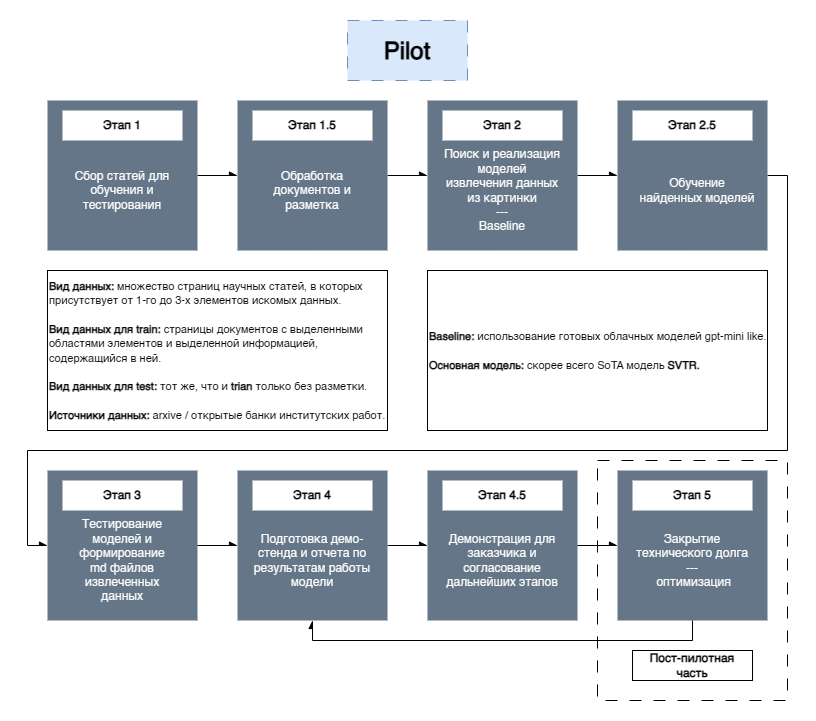
The draw.io diagram docs/artifacts/block-schema.png in setday/Equix, before a commit. Source tidied: cells renumbered, new cells last; positions are measured from the earlier drawing's top-left corner, leaving out a move shared by most shapes. The source it was exported from:
```xml
<mxGraphModel>
  <root>
    <mxCell id="0" />
    <mxCell id="1" parent="0" />
    <mxCell id="2" style="rounded=0;whiteSpace=wrap;html=1;dashed=1;dashPattern=12 12;fillColor=none;" parent="1" vertex="1">
      <mxGeometry x="570" y="440" width="190" height="240" as="geometry" />
    </mxCell>
    <mxCell id="3" value="&lt;font style=&quot;font-size: 24px;&quot;&gt;&lt;b&gt;Pilot&lt;/b&gt;&lt;/font&gt;" style="rounded=0;whiteSpace=wrap;html=1;fillColor=#dae8fc;strokeColor=#6c8ebf;dashed=1;dashPattern=12 12;" parent="1" vertex="1">
      <mxGeometry x="320" width="120" height="60" as="geometry" />
    </mxCell>
    <mxCell id="4" style="edgeStyle=orthogonalEdgeStyle;rounded=0;jettySize=auto;html=1;entryX=0;entryY=0.5;entryDx=0;entryDy=0;endArrow=async;endFill=1;" parent="1" edge="1" source="5" target="8">
      <mxGeometry relative="1" as="geometry" />
    </mxCell>
    <mxCell id="5" style="whiteSpace=wrap;html=1;fillColor=#647687;fontColor=#ffffff;strokeColor=none;" parent="1" vertex="1">
      <mxGeometry x="20" y="80" width="150" height="150" as="geometry" />
    </mxCell>
    <mxCell id="6" value="&lt;b&gt;Этап 1&lt;/b&gt;" style="rounded=0;whiteSpace=wrap;html=1;strokeColor=none;" parent="1" vertex="1">
      <mxGeometry x="35" y="90" width="120" height="30" as="geometry" />
    </mxCell>
    <mxCell id="7" style="edgeStyle=orthogonalEdgeStyle;rounded=0;jettySize=auto;html=1;exitX=1;exitY=0.5;exitDx=0;exitDy=0;entryX=0;entryY=0.5;entryDx=0;entryDy=0;endArrow=async;endFill=1;" parent="1" edge="1" source="8" target="11">
      <mxGeometry relative="1" as="geometry" />
    </mxCell>
    <mxCell id="8" style="whiteSpace=wrap;html=1;fillColor=#647687;fontColor=#ffffff;strokeColor=none;" parent="1" vertex="1">
      <mxGeometry x="210" y="80" width="150" height="150" as="geometry" />
    </mxCell>
    <mxCell id="9" value="&lt;b&gt;Этап 1.5&lt;/b&gt;" style="rounded=0;whiteSpace=wrap;html=1;strokeColor=none;" parent="1" vertex="1">
      <mxGeometry x="225" y="90" width="120" height="30" as="geometry" />
    </mxCell>
    <mxCell id="10" style="edgeStyle=orthogonalEdgeStyle;rounded=0;jettySize=auto;html=1;exitX=1;exitY=0.5;exitDx=0;exitDy=0;entryX=0;entryY=0.5;entryDx=0;entryDy=0;endArrow=async;endFill=1;" parent="1" edge="1" source="11" target="14">
      <mxGeometry relative="1" as="geometry" />
    </mxCell>
    <mxCell id="11" style="whiteSpace=wrap;html=1;fillColor=#647687;fontColor=#ffffff;strokeColor=none;" parent="1" vertex="1">
      <mxGeometry x="400" y="80" width="150" height="150" as="geometry" />
    </mxCell>
    <mxCell id="12" value="&lt;b&gt;Этап 2&lt;/b&gt;" style="rounded=0;whiteSpace=wrap;html=1;strokeColor=none;" parent="1" vertex="1">
      <mxGeometry x="415" y="90" width="120" height="30" as="geometry" />
    </mxCell>
    <mxCell id="13" style="edgeStyle=orthogonalEdgeStyle;rounded=0;jettySize=auto;html=1;exitX=1;exitY=0.5;exitDx=0;exitDy=0;entryX=0;entryY=0.5;entryDx=0;entryDy=0;endArrow=async;endFill=1;" parent="1" edge="1" source="14" target="16">
      <mxGeometry relative="1" as="geometry">
        <Array as="points">
          <mxPoint x="760" y="155" />
          <mxPoint x="760" y="430" />
          <mxPoint y="430" />
          <mxPoint y="525" />
        </Array>
      </mxGeometry>
    </mxCell>
    <mxCell id="14" style="whiteSpace=wrap;html=1;fillColor=#647687;fontColor=#ffffff;strokeColor=none;" parent="1" vertex="1">
      <mxGeometry x="590" y="80" width="150" height="150" as="geometry" />
    </mxCell>
    <mxCell id="15" value="&lt;b&gt;Этап 2.5&lt;/b&gt;" style="rounded=0;whiteSpace=wrap;html=1;strokeColor=none;" parent="1" vertex="1">
      <mxGeometry x="605" y="90" width="120" height="30" as="geometry" />
    </mxCell>
    <mxCell id="16" style="whiteSpace=wrap;html=1;fillColor=#647687;fontColor=#ffffff;strokeColor=none;" parent="1" vertex="1">
      <mxGeometry x="20" y="450" width="150" height="150" as="geometry" />
    </mxCell>
    <mxCell id="17" value="&lt;b&gt;Этап 3&lt;/b&gt;" style="rounded=0;whiteSpace=wrap;html=1;strokeColor=none;" parent="1" vertex="1">
      <mxGeometry x="35" y="460" width="120" height="30" as="geometry" />
    </mxCell>
    <mxCell id="18" style="edgeStyle=orthogonalEdgeStyle;rounded=0;jettySize=auto;html=1;exitX=1;exitY=0.5;exitDx=0;exitDy=0;entryX=0;entryY=0.5;entryDx=0;entryDy=0;endArrow=async;endFill=1;" parent="1" edge="1" source="16" target="20">
      <mxGeometry relative="1" as="geometry" />
    </mxCell>
    <mxCell id="19" style="edgeStyle=orthogonalEdgeStyle;rounded=0;jettySize=auto;html=1;exitX=1;exitY=0.5;exitDx=0;exitDy=0;entryX=0;entryY=0.5;entryDx=0;entryDy=0;endArrow=async;endFill=1;" parent="1" edge="1" source="20" target="22">
      <mxGeometry relative="1" as="geometry" />
    </mxCell>
    <mxCell id="20" style="whiteSpace=wrap;html=1;fillColor=#647687;fontColor=#ffffff;strokeColor=none;" parent="1" vertex="1">
      <mxGeometry x="210" y="450" width="150" height="150" as="geometry" />
    </mxCell>
    <mxCell id="21" value="&lt;b&gt;Этап 4&lt;/b&gt;" style="rounded=0;whiteSpace=wrap;html=1;strokeColor=none;" parent="1" vertex="1">
      <mxGeometry x="225" y="460" width="120" height="30" as="geometry" />
    </mxCell>
    <mxCell id="22" style="whiteSpace=wrap;html=1;fillColor=#647687;fontColor=#ffffff;strokeColor=none;" parent="1" vertex="1">
      <mxGeometry x="400" y="450" width="150" height="150" as="geometry" />
    </mxCell>
    <mxCell id="23" value="&lt;b&gt;Этап 4.5&lt;/b&gt;" style="rounded=0;whiteSpace=wrap;html=1;strokeColor=none;" parent="1" vertex="1">
      <mxGeometry x="415" y="460" width="120" height="30" as="geometry" />
    </mxCell>
    <mxCell id="24" value="&lt;span style=&quot;color: rgb(255, 255, 255);&quot;&gt;&lt;font&gt;Сбор статей для обучения и тестирования&lt;/font&gt;&lt;/span&gt;" style="rounded=0;whiteSpace=wrap;html=1;fillColor=none;strokeColor=none;fontSize=12;" parent="1" vertex="1">
      <mxGeometry x="35" y="140" width="120" height="60" as="geometry" />
    </mxCell>
    <mxCell id="25" value="&lt;span style=&quot;color: rgb(255, 255, 255);&quot;&gt;&lt;font&gt;Обработка документов и разметка&lt;/font&gt;&lt;/span&gt;" style="rounded=0;whiteSpace=wrap;html=1;fillColor=none;strokeColor=none;fontSize=12;" parent="1" vertex="1">
      <mxGeometry x="225" y="140" width="120" height="60" as="geometry" />
    </mxCell>
    <mxCell id="26" value="&lt;font style=&quot;font-size: 11px;&quot;&gt;&lt;b&gt;Вид данных: &lt;/b&gt;множество страниц научных статей, в которых присутствует от 1-го до 3-х элементов искомых данных.&lt;/font&gt;&lt;div&gt;&lt;font style=&quot;font-size: 11px;&quot;&gt;&lt;br&gt;&lt;/font&gt;&lt;/div&gt;&lt;div&gt;&lt;font style=&quot;font-size: 11px;&quot;&gt;&lt;b&gt;Вид данных для train: &lt;/b&gt;страницы документов с выделенными областями элементов и выделенной информацией, содержащийся в ней.&lt;/font&gt;&lt;/div&gt;&lt;div&gt;&lt;/div&gt;&lt;div&gt;&lt;font style=&quot;font-size: 11px;&quot;&gt;&lt;br&gt;&lt;/font&gt;&lt;/div&gt;&lt;div&gt;&lt;font style=&quot;font-size: 11px;&quot;&gt;&lt;b&gt;Вид данных для test:&amp;nbsp;&lt;/b&gt;тот же, что и &lt;b&gt;trian &lt;/b&gt;только без разметки.&lt;/font&gt;&lt;/div&gt;&lt;div&gt;&lt;font style=&quot;font-size: 11px;&quot;&gt;&lt;br&gt;&lt;/font&gt;&lt;/div&gt;&lt;div&gt;&lt;font style=&quot;font-size: 11px;&quot;&gt;&lt;b&gt;Источники данных: &lt;/b&gt;arxive / открытые банки институтских работ.&lt;/font&gt;&lt;/div&gt;" style="rounded=0;whiteSpace=wrap;html=1;align=left;" parent="1" vertex="1">
      <mxGeometry x="20" y="250" width="340" height="160" as="geometry" />
    </mxCell>
    <mxCell id="27" value="&lt;font color=&quot;#ffffff&quot;&gt;&lt;span&gt;Демонстрация для заказчика и согласование дальнейших этапов&lt;/span&gt;&lt;/font&gt;" style="rounded=0;whiteSpace=wrap;html=1;fillColor=none;strokeColor=none;fontSize=12;" parent="1" vertex="1">
      <mxGeometry x="415" y="510" width="120" height="60" as="geometry" />
    </mxCell>
    <mxCell id="28" style="whiteSpace=wrap;html=1;fillColor=#647687;fontColor=#ffffff;strokeColor=none;" parent="1" vertex="1">
      <mxGeometry x="590" y="450" width="150" height="150" as="geometry" />
    </mxCell>
    <mxCell id="29" value="&lt;b&gt;Этап 5&lt;/b&gt;" style="rounded=0;whiteSpace=wrap;html=1;strokeColor=none;" parent="1" vertex="1">
      <mxGeometry x="605" y="460" width="120" height="30" as="geometry" />
    </mxCell>
    <mxCell id="30" value="&lt;font color=&quot;#ffffff&quot;&gt;&lt;span&gt;Закрытие технического долга&lt;/span&gt;&lt;/font&gt;&lt;div&gt;&lt;font color=&quot;#ffffff&quot;&gt;&lt;span&gt;---&lt;/span&gt;&lt;/font&gt;&lt;/div&gt;&lt;div&gt;&lt;font color=&quot;#ffffff&quot;&gt;&lt;span&gt;&amp;nbsp;оптимизация&lt;/span&gt;&lt;/font&gt;&lt;/div&gt;" style="rounded=0;whiteSpace=wrap;html=1;fillColor=none;strokeColor=none;fontSize=12;" parent="1" vertex="1">
      <mxGeometry x="605" y="510" width="120" height="60" as="geometry" />
    </mxCell>
    <mxCell id="31" value="&lt;font color=&quot;#ffffff&quot;&gt;&lt;span&gt;Подготовка демо-стенда и отчета по результатам работы модели&lt;/span&gt;&lt;/font&gt;" style="rounded=0;whiteSpace=wrap;html=1;fillColor=none;strokeColor=none;fontSize=12;" parent="1" vertex="1">
      <mxGeometry x="225" y="510" width="120" height="60" as="geometry" />
    </mxCell>
    <mxCell id="32" value="&lt;font color=&quot;#ffffff&quot;&gt;&lt;span&gt;Поиск и реализация моделей извлечения данных из картинки&lt;/span&gt;&lt;/font&gt;&lt;div&gt;&lt;font color=&quot;#ffffff&quot;&gt;&lt;span&gt;---&lt;/span&gt;&lt;/font&gt;&lt;/div&gt;&lt;div&gt;&lt;font color=&quot;#ffffff&quot;&gt;Baseline&lt;/font&gt;&lt;/div&gt;" style="rounded=0;whiteSpace=wrap;html=1;fillColor=none;strokeColor=none;fontSize=12;" parent="1" vertex="1">
      <mxGeometry x="415" y="140" width="120" height="60" as="geometry" />
    </mxCell>
    <mxCell id="33" value="&lt;font color=&quot;#ffffff&quot;&gt;Обучение найденных моделей&lt;br&gt;&lt;/font&gt;" style="rounded=0;whiteSpace=wrap;html=1;fillColor=none;strokeColor=none;fontSize=12;" parent="1" vertex="1">
      <mxGeometry x="610" y="140" width="120" height="60" as="geometry" />
    </mxCell>
    <mxCell id="34" value="&lt;font style=&quot;font-size: 11px;&quot;&gt;&lt;b&gt;Baseline: &lt;/b&gt;использование готовых облачных моделей gpt-mini like.&lt;/font&gt;&lt;div&gt;&lt;font style=&quot;font-size: 11px;&quot;&gt;&lt;br&gt;&lt;/font&gt;&lt;/div&gt;&lt;div&gt;&lt;font style=&quot;font-size: 11px;&quot;&gt;&lt;b&gt;Основная модель: &lt;/b&gt;скорее всего SoTA модель&amp;nbsp;&lt;b&gt;SVTR.&lt;/b&gt;&lt;/font&gt;&lt;/div&gt;" style="rounded=0;whiteSpace=wrap;html=1;align=left;" parent="1" vertex="1">
      <mxGeometry x="400" y="250" width="340" height="160" as="geometry" />
    </mxCell>
    <mxCell id="35" value="&lt;font color=&quot;#ffffff&quot;&gt;Тестирование моделей и формирование&lt;/font&gt;&lt;div&gt;&lt;font color=&quot;#ffffff&quot;&gt;md файлов извлеченных данных&lt;/font&gt;&lt;/div&gt;" style="rounded=0;whiteSpace=wrap;html=1;fillColor=none;strokeColor=none;fontSize=12;" parent="1" vertex="1">
      <mxGeometry x="35" y="510" width="120" height="60" as="geometry" />
    </mxCell>
    <mxCell id="36" style="edgeStyle=orthogonalEdgeStyle;rounded=0;jettySize=auto;html=1;exitX=1;exitY=0.5;exitDx=0;exitDy=0;entryX=0;entryY=0.5;entryDx=0;entryDy=0;endArrow=async;endFill=1;" parent="1" edge="1" source="22" target="28">
      <mxGeometry relative="1" as="geometry" />
    </mxCell>
    <mxCell id="37" style="edgeStyle=orthogonalEdgeStyle;rounded=0;jettySize=auto;html=1;exitX=0.5;exitY=1;exitDx=0;exitDy=0;entryX=0.5;entryY=1;entryDx=0;entryDy=0;endArrow=async;endFill=1;" parent="1" edge="1" source="28" target="20">
      <mxGeometry relative="1" as="geometry" />
    </mxCell>
    <mxCell id="38" value="&lt;b&gt;Пост-пилотная часть&lt;/b&gt;" style="rounded=0;whiteSpace=wrap;html=1;strokeColor=default;" parent="1" vertex="1">
      <mxGeometry x="605" y="630" width="120" height="30" as="geometry" />
    </mxCell>
  </root>
</mxGraphModel>
```
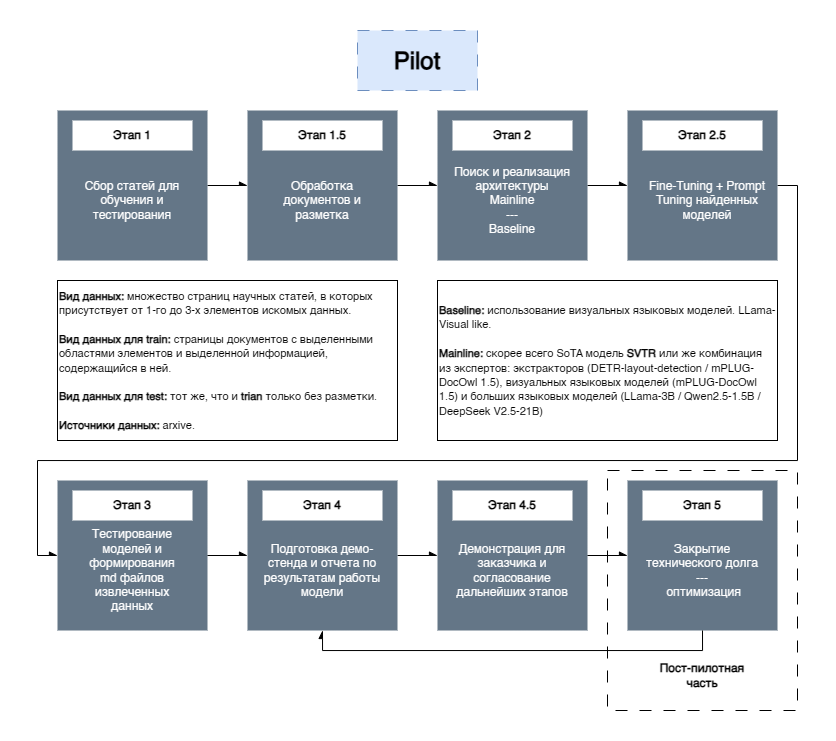
Later version of the same file.

Commit message:
Update plan block-shceme

Change to the diagram source:
```diff
@@ -81,7 +81,7 @@
     <mxCell id="25" value="&lt;span style=&quot;color: rgb(255, 255, 255);&quot;&gt;&lt;font&gt;Обработка документов и разметка&lt;/font&gt;&lt;/span&gt;" style="rounded=0;whiteSpace=wrap;html=1;fillColor=none;strokeColor=none;fontSize=12;" parent="1" vertex="1">
       <mxGeometry x="225" y="140" width="120" height="60" as="geometry" />
     </mxCell>
-    <mxCell id="26" value="&lt;font style=&quot;font-size: 11px;&quot;&gt;&lt;b&gt;Вид данных: &lt;/b&gt;множество страниц научных статей, в которых присутствует от 1-го до 3-х элементов искомых данных.&lt;/font&gt;&lt;div&gt;&lt;font style=&quot;font-size: 11px;&quot;&gt;&lt;br&gt;&lt;/font&gt;&lt;/div&gt;&lt;div&gt;&lt;font style=&quot;font-size: 11px;&quot;&gt;&lt;b&gt;Вид данных для train: &lt;/b&gt;страницы документов с выделенными областями элементов и выделенной информацией, содержащийся в ней.&lt;/font&gt;&lt;/div&gt;&lt;div&gt;&lt;/div&gt;&lt;div&gt;&lt;font style=&quot;font-size: 11px;&quot;&gt;&lt;br&gt;&lt;/font&gt;&lt;/div&gt;&lt;div&gt;&lt;font style=&quot;font-size: 11px;&quot;&gt;&lt;b&gt;Вид данных для test:&amp;nbsp;&lt;/b&gt;тот же, что и &lt;b&gt;trian &lt;/b&gt;только без разметки.&lt;/font&gt;&lt;/div&gt;&lt;div&gt;&lt;font style=&quot;font-size: 11px;&quot;&gt;&lt;br&gt;&lt;/font&gt;&lt;/div&gt;&lt;div&gt;&lt;font style=&quot;font-size: 11px;&quot;&gt;&lt;b&gt;Источники данных: &lt;/b&gt;arxive / открытые банки институтских работ.&lt;/font&gt;&lt;/div&gt;" style="rounded=0;whiteSpace=wrap;html=1;align=left;" parent="1" vertex="1">
+    <mxCell id="26" value="&lt;font style=&quot;font-size: 11px;&quot;&gt;&lt;b&gt;Вид данных: &lt;/b&gt;множество страниц научных статей, в которых присутствует от 1-го до 3-х элементов искомых данных.&lt;/font&gt;&lt;div&gt;&lt;font style=&quot;font-size: 11px;&quot;&gt;&lt;br&gt;&lt;/font&gt;&lt;/div&gt;&lt;div&gt;&lt;font style=&quot;font-size: 11px;&quot;&gt;&lt;b&gt;Вид данных для train: &lt;/b&gt;страницы документов с выделенными областями элементов и выделенной информацией, содержащийся в ней.&lt;/font&gt;&lt;/div&gt;&lt;div&gt;&lt;/div&gt;&lt;div&gt;&lt;font style=&quot;font-size: 11px;&quot;&gt;&lt;br&gt;&lt;/font&gt;&lt;/div&gt;&lt;div&gt;&lt;font style=&quot;font-size: 11px;&quot;&gt;&lt;b&gt;Вид данных для test:&amp;nbsp;&lt;/b&gt;тот же, что и &lt;b&gt;trian &lt;/b&gt;только без разметки.&lt;/font&gt;&lt;/div&gt;&lt;div&gt;&lt;font style=&quot;font-size: 11px;&quot;&gt;&lt;br&gt;&lt;/font&gt;&lt;/div&gt;&lt;div&gt;&lt;font style=&quot;font-size: 11px;&quot;&gt;&lt;b&gt;Источники данных: &lt;/b&gt;arxive.&lt;/font&gt;&lt;/div&gt;" style="rounded=0;whiteSpace=wrap;html=1;align=left;" parent="1" vertex="1">
       <mxGeometry x="20" y="250" width="340" height="160" as="geometry" />
     </mxCell>
     <mxCell id="27" value="&lt;font color=&quot;#ffffff&quot;&gt;&lt;span&gt;Демонстрация для заказчика и согласование дальнейших этапов&lt;/span&gt;&lt;/font&gt;" style="rounded=0;whiteSpace=wrap;html=1;fillColor=none;strokeColor=none;fontSize=12;" parent="1" vertex="1">
@@ -99,16 +99,16 @@
     <mxCell id="31" value="&lt;font color=&quot;#ffffff&quot;&gt;&lt;span&gt;Подготовка демо-стенда и отчета по результатам работы модели&lt;/span&gt;&lt;/font&gt;" style="rounded=0;whiteSpace=wrap;html=1;fillColor=none;strokeColor=none;fontSize=12;" parent="1" vertex="1">
       <mxGeometry x="225" y="510" width="120" height="60" as="geometry" />
     </mxCell>
-    <mxCell id="32" value="&lt;font color=&quot;#ffffff&quot;&gt;&lt;span&gt;Поиск и реализация моделей извлечения данных из картинки&lt;/span&gt;&lt;/font&gt;&lt;div&gt;&lt;font color=&quot;#ffffff&quot;&gt;&lt;span&gt;---&lt;/span&gt;&lt;/font&gt;&lt;/div&gt;&lt;div&gt;&lt;font color=&quot;#ffffff&quot;&gt;Baseline&lt;/font&gt;&lt;/div&gt;" style="rounded=0;whiteSpace=wrap;html=1;fillColor=none;strokeColor=none;fontSize=12;" parent="1" vertex="1">
+    <mxCell id="32" value="&lt;font color=&quot;#ffffff&quot;&gt;&lt;span&gt;Поиск и реализация архитектуры Mainline&lt;/span&gt;&lt;/font&gt;&lt;div&gt;&lt;font color=&quot;#ffffff&quot;&gt;&lt;span&gt;---&lt;/span&gt;&lt;/font&gt;&lt;/div&gt;&lt;div&gt;&lt;font color=&quot;#ffffff&quot;&gt;Baseline&lt;/font&gt;&lt;/div&gt;" style="rounded=0;whiteSpace=wrap;html=1;fillColor=none;strokeColor=none;fontSize=12;" parent="1" vertex="1">
       <mxGeometry x="415" y="140" width="120" height="60" as="geometry" />
     </mxCell>
-    <mxCell id="33" value="&lt;font color=&quot;#ffffff&quot;&gt;Обучение найденных моделей&lt;br&gt;&lt;/font&gt;" style="rounded=0;whiteSpace=wrap;html=1;fillColor=none;strokeColor=none;fontSize=12;" parent="1" vertex="1">
+    <mxCell id="33" value="&lt;font color=&quot;#ffffff&quot;&gt;Fine-Tuning + Prompt Tuning найденных моделей&lt;br&gt;&lt;/font&gt;" style="rounded=0;whiteSpace=wrap;html=1;fillColor=none;strokeColor=none;fontSize=12;" parent="1" vertex="1">
       <mxGeometry x="610" y="140" width="120" height="60" as="geometry" />
     </mxCell>
-    <mxCell id="34" value="&lt;font style=&quot;font-size: 11px;&quot;&gt;&lt;b&gt;Baseline: &lt;/b&gt;использование готовых облачных моделей gpt-mini like.&lt;/font&gt;&lt;div&gt;&lt;font style=&quot;font-size: 11px;&quot;&gt;&lt;br&gt;&lt;/font&gt;&lt;/div&gt;&lt;div&gt;&lt;font style=&quot;font-size: 11px;&quot;&gt;&lt;b&gt;Основная модель: &lt;/b&gt;скорее всего SoTA модель&amp;nbsp;&lt;b&gt;SVTR.&lt;/b&gt;&lt;/font&gt;&lt;/div&gt;" style="rounded=0;whiteSpace=wrap;html=1;align=left;" parent="1" vertex="1">
+    <mxCell id="34" value="&lt;font style=&quot;font-size: 11px;&quot;&gt;&lt;b&gt;Baseline: &lt;/b&gt;использование визуальных языковых моделей. LLama-Visual like.&lt;/font&gt;&lt;div&gt;&lt;font style=&quot;font-size: 11px;&quot;&gt;&lt;br&gt;&lt;/font&gt;&lt;/div&gt;&lt;div&gt;&lt;font style=&quot;font-size: 11px;&quot;&gt;&lt;b&gt;Mainl&lt;/b&gt;&lt;/font&gt;&lt;font style=&quot;background-color: transparent; color: light-dark(rgb(0, 0, 0), rgb(255, 255, 255)); font-size: 11px;&quot;&gt;&lt;b&gt;ine: &lt;/b&gt;скорее всего SoTA модель&amp;nbsp;&lt;b&gt;SVTR &lt;/b&gt;или же комбинация из экспертов: экстракторов (DETR-layout-detection /&amp;nbsp;&lt;/font&gt;&lt;span style=&quot;background-color: transparent; color: light-dark(rgb(0, 0, 0), rgb(255, 255, 255)); font-size: 11px;&quot;&gt;mPLUG-DocOwl 1.5&lt;/span&gt;&lt;font style=&quot;background-color: transparent; color: light-dark(rgb(0, 0, 0), rgb(255, 255, 255)); font-size: 11px;&quot;&gt;), визуальных&amp;nbsp;&lt;/font&gt;&lt;span style=&quot;background-color: transparent; color: light-dark(rgb(0, 0, 0), rgb(255, 255, 255)); font-size: 11px;&quot;&gt;языковых моделей (&lt;/span&gt;&lt;span style=&quot;background-color: transparent; color: light-dark(rgb(0, 0, 0), rgb(255, 255, 255)); font-size: 11px;&quot;&gt;mPLUG-DocOwl 1.5&lt;/span&gt;&lt;span style=&quot;background-color: transparent; color: light-dark(rgb(0, 0, 0), rgb(255, 255, 255)); font-size: 11px;&quot;&gt;) и больших языковых моделей (LLama-3B /&amp;nbsp;&lt;/span&gt;&lt;span style=&quot;background-color: transparent; color: light-dark(rgb(0, 0, 0), rgb(255, 255, 255)); font-size: 11px;&quot;&gt;Qwen2.5-1.5B / DeepSeek V2.5-21B&lt;/span&gt;&lt;span style=&quot;background-color: transparent; color: light-dark(rgb(0, 0, 0), rgb(255, 255, 255)); font-size: 11px;&quot;&gt;)&lt;/span&gt;&lt;/div&gt;" style="rounded=0;whiteSpace=wrap;html=1;align=left;" parent="1" vertex="1">
       <mxGeometry x="400" y="250" width="340" height="160" as="geometry" />
     </mxCell>
-    <mxCell id="35" value="&lt;font color=&quot;#ffffff&quot;&gt;Тестирование моделей и формирование&lt;/font&gt;&lt;div&gt;&lt;font color=&quot;#ffffff&quot;&gt;md файлов извлеченных данных&lt;/font&gt;&lt;/div&gt;" style="rounded=0;whiteSpace=wrap;html=1;fillColor=none;strokeColor=none;fontSize=12;" parent="1" vertex="1">
+    <mxCell id="35" value="&lt;font color=&quot;#ffffff&quot;&gt;Тестирование моделей и формирования&lt;/font&gt;&lt;div&gt;&lt;font color=&quot;#ffffff&quot;&gt;md файлов извлеченных данных&lt;/font&gt;&lt;/div&gt;" style="rounded=0;whiteSpace=wrap;html=1;fillColor=none;strokeColor=none;fontSize=12;" parent="1" vertex="1">
       <mxGeometry x="35" y="510" width="120" height="60" as="geometry" />
     </mxCell>
     <mxCell id="36" style="edgeStyle=orthogonalEdgeStyle;rounded=0;jettySize=auto;html=1;exitX=1;exitY=0.5;exitDx=0;exitDy=0;entryX=0;entryY=0.5;entryDx=0;entryDy=0;endArrow=async;endFill=1;" parent="1" edge="1" source="22" target="28">
@@ -117,7 +117,7 @@
     <mxCell id="37" style="edgeStyle=orthogonalEdgeStyle;rounded=0;jettySize=auto;html=1;exitX=0.5;exitY=1;exitDx=0;exitDy=0;entryX=0.5;entryY=1;entryDx=0;entryDy=0;endArrow=async;endFill=1;" parent="1" edge="1" source="28" target="20">
       <mxGeometry relative="1" as="geometry" />
     </mxCell>
-    <mxCell id="38" value="&lt;b&gt;Пост-пилотная часть&lt;/b&gt;" style="rounded=0;whiteSpace=wrap;html=1;strokeColor=default;" parent="1" vertex="1">
+    <mxCell id="38" value="&lt;b&gt;Пост-пилотная часть&lt;/b&gt;" style="rounded=0;whiteSpace=wrap;html=1;strokeColor=none;" parent="1" vertex="1">
       <mxGeometry x="605" y="630" width="120" height="30" as="geometry" />
     </mxCell>
   </root>
```
